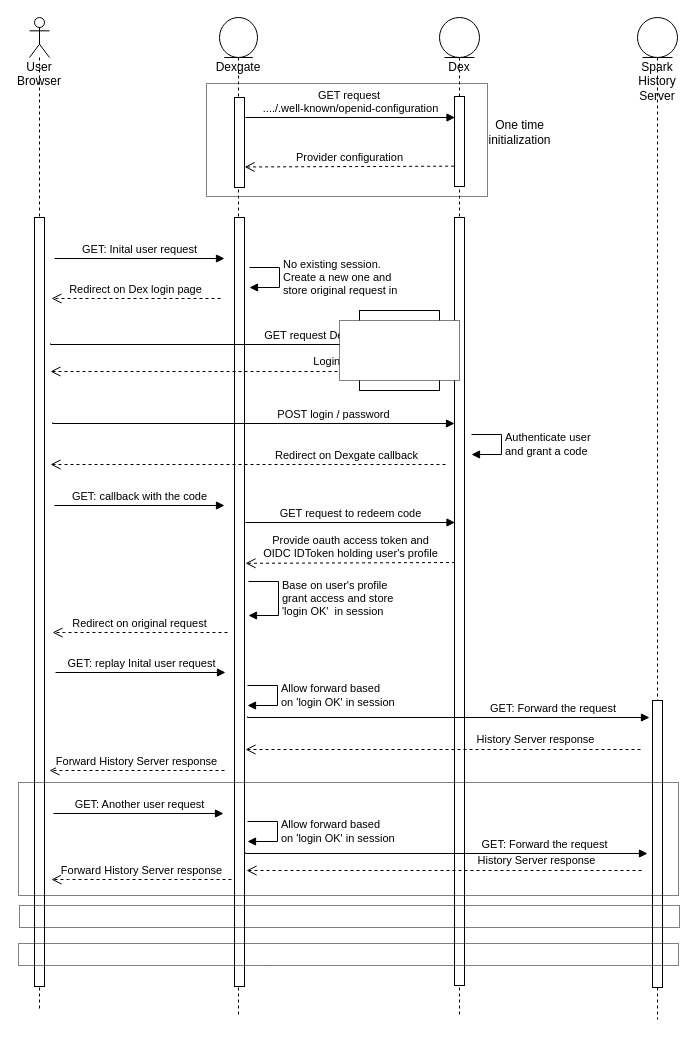
Above: docs/dexgate.drawio in OpenDataPlatform/dexgate (draw.io), before the change. Source tidied: cells renumbered, new cells numbered last; positions are measured from the earlier drawing's top-left corner, leaving out a move shared by most shapes. Both pictures are drawn from the tidied source at 100%, with x=0, y=0 at pixel (18, 17).
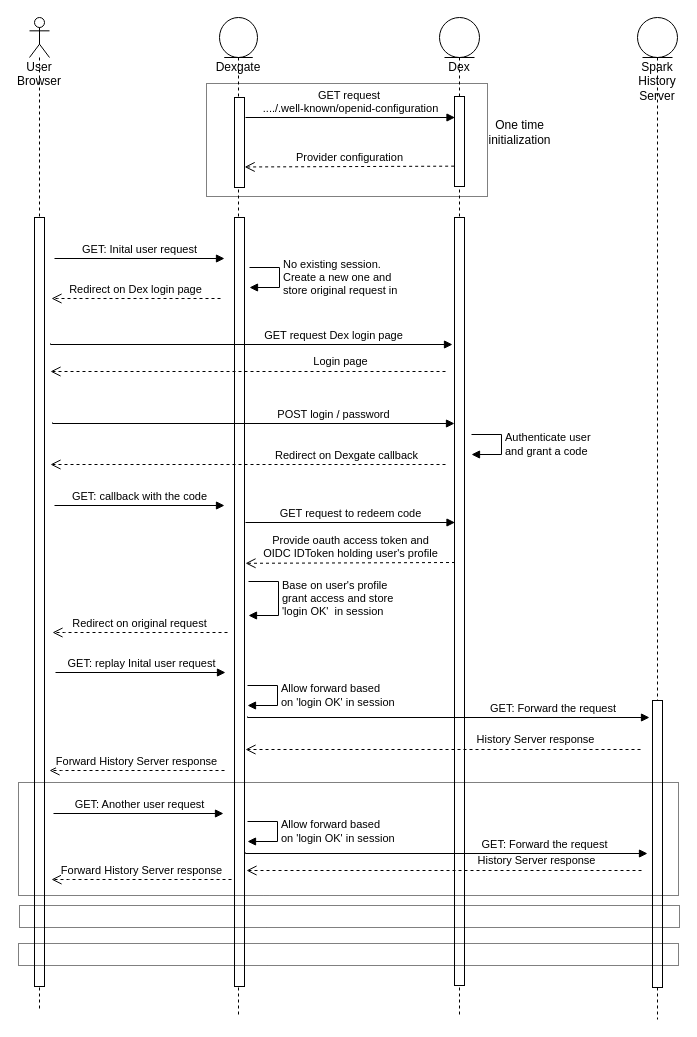
After the change.

Change to the diagram source:
```diff
@@
-    <mxCell id="40" style="whiteSpace=wrap;html=1;" parent="1" vertex="1">
-      <mxGeometry x="341" y="293" width="80" height="80" as="geometry" />
-    </mxCell>
-    <mxCell id="41" style="rounded=0;whiteSpace=wrap;html=1;dashed=1;dashPattern=1 1;" parent="1" vertex="1">
-      <mxGeometry x="321" y="303" width="120" height="60" as="geometry" />
-    </mxCell>
```
